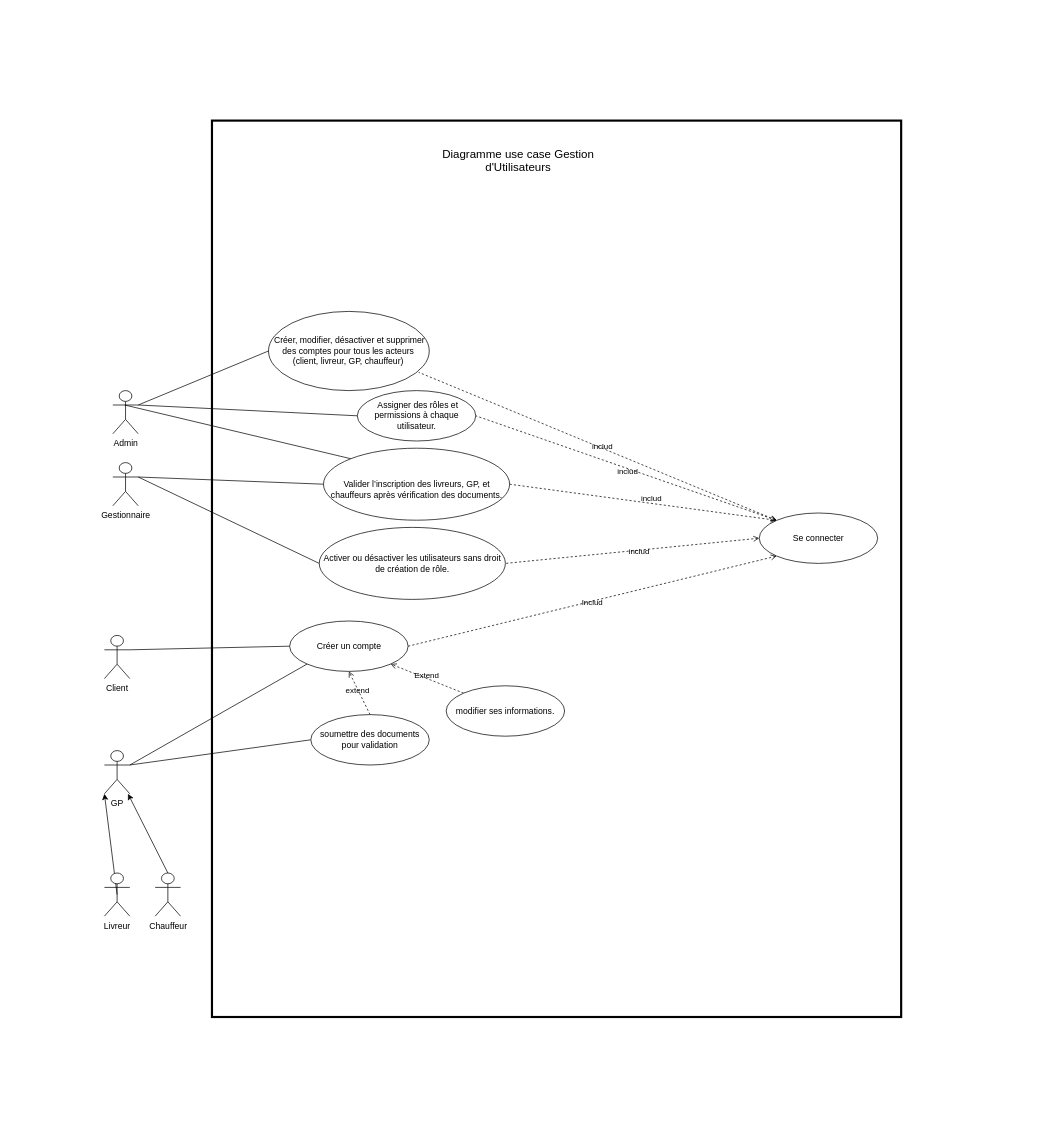
Earlier version of the draw.io diagram page "UseCase" (2 of 7) of Diagramme sans nom.drawio (BounAbdallah/tuto). Source tidied: cells renumbered, new cells numbered last; positions are measured from the earlier drawing's top-left corner, leaving out a move shared by most shapes. Both pictures are drawn from the tidied source at 72%, with x=0, y=0 at pixel (12, 12).
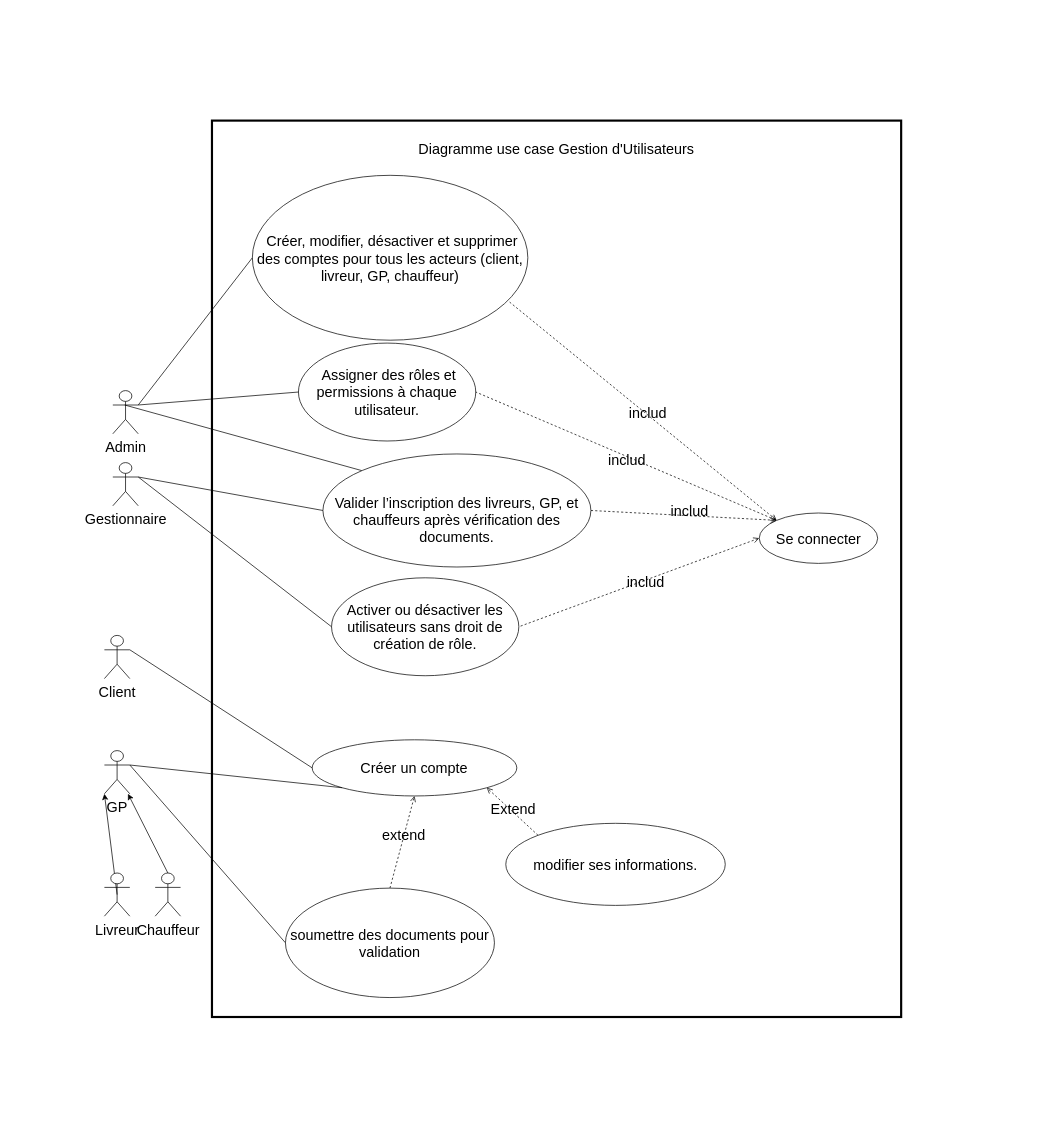
The same page after the edit.

What changed in the source:
```diff
@@
-    <mxCell id="2" style="group;" parent="1" vertex="1">
+    <mxCell id="2" style="group;fontSize=20;" parent="1" vertex="1">
       <mxGeometry width="1442" height="1543" as="geometry" />
     </mxCell>
-    <mxCell id="3" style="group;fillColor=none;strokeColor=none;rounded=0;gradientColor=none;" parent="2" vertex="1">
+    <mxCell id="3" style="group;fillColor=none;strokeColor=none;rounded=0;gradientColor=none;fontSize=20;" parent="2" vertex="1">
       <mxGeometry x="27.2" width="1268.5" height="1456" as="geometry" />
     </mxCell>
-    <mxCell id="4" style="group;fillColor=none;strokeColor=#000000;rounded=0;gradientColor=none;strokeWidth=3;" parent="2" vertex="1">
+    <mxCell id="4" style="group;fillColor=none;strokeColor=#000000;rounded=0;gradientColor=none;strokeWidth=3;fontSize=20;" parent="2" vertex="1">
       <mxGeometry x="276.9" y="150" width="957.2" height="1245" as="geometry" />
     </mxCell>
-    <mxCell id="5" value="&amp;nbsp;Créer, modifier, désactiver et supprimer des comptes pour tous les acteurs (client, livreur, GP, chauffeur)" style="ellipse;whiteSpace=wrap;html=1;" parent="2" vertex="1">
-      <mxGeometry x="355.4" y="415" width="223.3" height="110" as="geometry" />
+    <mxCell id="5" value="&amp;nbsp;Créer, modifier, désactiver et supprimer des comptes pour tous les acteurs (client, livreur, GP, chauffeur)" style="ellipse;whiteSpace=wrap;html=1;fontSize=20;" parent="2" vertex="1">
+      <mxGeometry x="333" y="226" width="382.6" height="229" as="geometry" />
     </mxCell>
-    <mxCell id="6" style="rounded=0;jettySize=auto;html=1;exitX=0;exitY=0;exitDx=0;exitDy=0;entryX=0.934;entryY=0.769;entryDx=0;entryDy=0;endArrow=none;endFill=0;dashed=1;entryPerimeter=0;startArrow=open;startFill=0;" parent="2" edge="1" source="10" target="5">
+    <mxCell id="6" style="rounded=0;jettySize=auto;html=1;exitX=0;exitY=0;exitDx=0;exitDy=0;entryX=0.934;entryY=0.769;entryDx=0;entryDy=0;endArrow=none;endFill=0;dashed=1;entryPerimeter=0;startArrow=open;startFill=0;fontSize=20;" parent="2" edge="1" source="10" target="5">
       <mxGeometry relative="1" as="geometry" />
     </mxCell>
-    <mxCell id="7" value="includ" style="edgeLabel;html=1;align=center;verticalAlign=middle;labelBackgroundColor=none;" parent="6" vertex="1">
+    <mxCell id="7" value="includ" style="edgeLabel;html=1;align=center;verticalAlign=middle;labelBackgroundColor=none;fontSize=20;" parent="6" vertex="1">
       <mxGeometry x="-0.02" y="-3" relative="1" as="geometry" />
     </mxCell>
-    <mxCell id="8" style="rounded=0;jettySize=auto;html=1;exitX=0;exitY=0.5;exitDx=0;exitDy=0;entryX=1;entryY=0.5;entryDx=0;entryDy=0;startArrow=open;startFill=0;endArrow=none;endFill=0;dashed=1;" parent="2" edge="1" source="10" target="34">
+    <mxCell id="8" style="rounded=0;jettySize=auto;html=1;exitX=0;exitY=0.5;exitDx=0;exitDy=0;entryX=1;entryY=0.5;entryDx=0;entryDy=0;startArrow=open;startFill=0;endArrow=none;endFill=0;dashed=1;fontSize=20;" parent="2" edge="1" source="10" target="34">
       <mxGeometry relative="1" as="geometry" />
     </mxCell>
-    <mxCell id="9" value="includ" style="edgeLabel;html=1;align=center;verticalAlign=middle;fillColor=none;labelBackgroundColor=none;" parent="8" vertex="1">
+    <mxCell id="9" value="includ" style="edgeLabel;html=1;align=center;verticalAlign=middle;fillColor=none;labelBackgroundColor=none;fontSize=20;" parent="8" vertex="1">
       <mxGeometry x="-0.04" y="2" relative="1" as="geometry">
         <mxPoint x="1" y="-1" as="offset" />
       </mxGeometry>
     </mxCell>
-    <mxCell id="10" value="Se connecter" style="ellipse;whiteSpace=wrap;html=1;" parent="2" vertex="1">
+    <mxCell id="10" value="Se connecter" style="ellipse;whiteSpace=wrap;html=1;fontSize=20;" parent="2" vertex="1">
       <mxGeometry x="1037" y="695" width="164.5" height="70" as="geometry" />
     </mxCell>
-    <mxCell id="11" style="rounded=0;jettySize=auto;html=1;exitX=0;exitY=0;exitDx=0;exitDy=0;endArrow=none;endFill=0;" parent="2" edge="1" source="14">
+    <mxCell id="11" style="rounded=0;jettySize=auto;html=1;exitX=0;exitY=0;exitDx=0;exitDy=0;endArrow=none;endFill=0;fontSize=20;" parent="2" edge="1" source="14">
       <mxGeometry relative="1" as="geometry">
         <mxPoint x="155.7" y="545" as="targetPoint" />
       </mxGeometry>
     </mxCell>
-    <mxCell id="12" style="rounded=0;jettySize=auto;html=1;exitX=1;exitY=0.5;exitDx=0;exitDy=0;entryX=0;entryY=0;entryDx=0;entryDy=0;startArrow=none;startFill=0;dashed=1;endArrow=open;endFill=0;" parent="2" edge="1" source="14" target="10">
+    <mxCell id="12" style="rounded=0;jettySize=auto;html=1;exitX=1;exitY=0.5;exitDx=0;exitDy=0;entryX=0;entryY=0;entryDx=0;entryDy=0;startArrow=none;startFill=0;dashed=1;endArrow=open;endFill=0;fontSize=20;" parent="2" edge="1" source="14" target="10">
       <mxGeometry relative="1" as="geometry" />
     </mxCell>
-    <mxCell id="13" value="includ" style="edgeLabel;html=1;align=center;verticalAlign=middle;labelBackgroundColor=none;" parent="12" vertex="1">
+    <mxCell id="13" value="includ" style="edgeLabel;html=1;align=center;verticalAlign=middle;labelBackgroundColor=none;fontSize=20;" parent="12" vertex="1">
       <mxGeometry x="0.06" y="7" relative="1" as="geometry">
         <mxPoint x="-1" as="offset" />
       </mxGeometry>
     </mxCell>
-    <mxCell id="14" value="&lt;div&gt;&lt;br&gt;&lt;/div&gt;&lt;div&gt;&lt;br&gt;&lt;/div&gt;&lt;div&gt;Valider l’inscription des livreurs, GP, et chauffeurs après vérification des documents.&lt;/div&gt;&lt;div&gt;&lt;br&gt;&lt;/div&gt;" style="ellipse;whiteSpace=wrap;html=1;" parent="2" vertex="1">
-      <mxGeometry x="431.8" y="605" width="258.5" height="100" as="geometry" />
+    <mxCell id="14" value="&lt;div style=&quot;font-size: 20px;&quot;&gt;&lt;br style=&quot;font-size: 20px;&quot;&gt;&lt;/div&gt;&lt;div style=&quot;font-size: 20px;&quot;&gt;&lt;br style=&quot;font-size: 20px;&quot;&gt;&lt;/div&gt;&lt;div style=&quot;font-size: 20px;&quot;&gt;Valider l’inscription des livreurs, GP, et chauffeurs après vérification des documents.&lt;/div&gt;&lt;div style=&quot;font-size: 20px;&quot;&gt;&lt;br style=&quot;font-size: 20px;&quot;&gt;&lt;/div&gt;" style="ellipse;whiteSpace=wrap;html=1;fontSize=20;" parent="2" vertex="1">
+      <mxGeometry x="431" y="613" width="372.2" height="157" as="geometry" />
     </mxCell>
-    <mxCell id="15" value="&amp;nbsp;Assigner des rôles et permissions à chaque utilisateur." style="ellipse;whiteSpace=wrap;html=1;" parent="2" vertex="1">
-      <mxGeometry x="478.8" y="525" width="164.5" height="70" as="geometry" />
+    <mxCell id="15" value="&amp;nbsp;Assigner des rôles et permissions à chaque utilisateur." style="ellipse;whiteSpace=wrap;html=1;fontSize=20;" parent="2" vertex="1">
+      <mxGeometry x="397" y="459" width="246.3" height="136" as="geometry" />
     </mxCell>
-    <mxCell id="16" style="rounded=0;jettySize=auto;html=1;exitX=1;exitY=0.5;exitDx=0;exitDy=0;entryX=0;entryY=1;entryDx=0;entryDy=0;endArrow=open;endFill=0;startArrow=none;startFill=0;dashed=1;" parent="2" edge="1" source="18" target="10">
-      <mxGeometry relative="1" as="geometry" />
-    </mxCell>
-    <mxCell id="17" value="Includ" style="edgeLabel;html=1;align=center;verticalAlign=middle;labelBackgroundColor=none;" parent="16" vertex="1">
-      <mxGeometry x="-0.01" y="-1" relative="1" as="geometry">
-        <mxPoint x="1" as="offset" />
-      </mxGeometry>
-    </mxCell>
-    <mxCell id="18" value="Créer un compte" style="ellipse;whiteSpace=wrap;html=1;" parent="2" vertex="1">
-      <mxGeometry x="384.8" y="845" width="164.5" height="70" as="geometry" />
+    <mxCell id="18" value="Créer un compte" style="ellipse;whiteSpace=wrap;html=1;fontSize=20;" parent="2" vertex="1">
+      <mxGeometry x="416.1" y="1010" width="284.2" height="78" as="geometry" />
     </mxCell>
-    <mxCell id="19" style="rounded=0;jettySize=auto;html=1;exitX=1;exitY=0.3333333333333333;exitDx=0;exitDy=0;exitPerimeter=0;entryX=0;entryY=0.5;entryDx=0;entryDy=0;endArrow=none;endFill=0;" parent="2" edge="1" source="20" target="5">
+    <mxCell id="19" style="rounded=0;jettySize=auto;html=1;exitX=1;exitY=0.3333333333333333;exitDx=0;exitDy=0;exitPerimeter=0;entryX=0;entryY=0.5;entryDx=0;entryDy=0;endArrow=none;endFill=0;fontSize=20;" parent="2" edge="1" source="20" target="5">
       <mxGeometry relative="1" as="geometry" />
     </mxCell>
-    <mxCell id="20" value="Admin" style="shape=umlActor;html=1;verticalLabelPosition=bottom;verticalAlign=top;align=center;" parent="2" vertex="1">
+    <mxCell id="20" value="Admin" style="shape=umlActor;html=1;verticalLabelPosition=bottom;verticalAlign=top;align=center;fontSize=20;" parent="2" vertex="1">
       <mxGeometry x="139.2" y="525" width="35.3" height="60" as="geometry" />
     </mxCell>
-    <mxCell id="21" style="rounded=0;jettySize=auto;html=1;exitX=0;exitY=0;exitDx=0;exitDy=0;entryX=1;entryY=0.5;entryDx=0;entryDy=0;endArrow=none;endFill=0;dashed=1;startArrow=open;startFill=0;" parent="2" edge="1" source="10" target="15">
+    <mxCell id="21" style="rounded=0;jettySize=auto;html=1;exitX=0;exitY=0;exitDx=0;exitDy=0;entryX=1;entryY=0.5;entryDx=0;entryDy=0;endArrow=none;endFill=0;dashed=1;startArrow=open;startFill=0;fontSize=20;" parent="2" edge="1" source="10" target="15">
       <mxGeometry relative="1" as="geometry" />
     </mxCell>
-    <mxCell id="22" value="includ" style="edgeLabel;html=1;align=center;verticalAlign=middle;labelBackgroundColor=none;" parent="21" vertex="1">
+    <mxCell id="22" value="includ" style="edgeLabel;html=1;align=center;verticalAlign=middle;labelBackgroundColor=none;fontSize=20;" parent="21" vertex="1">
       <mxGeometry x="-0.01" y="4" relative="1" as="geometry" />
     </mxCell>
-    <mxCell id="23" value="&lt;font style=&quot;font-size: 16px;&quot;&gt;Diagramme use case&amp;nbsp;&lt;/font&gt;&lt;span style=&quot;background-color: initial; font-size: 16px;&quot;&gt;Gestion d'Utilisateurs&lt;/span&gt;&lt;div&gt;&lt;br&gt;&lt;/div&gt;" style="text;html=1;align=center;verticalAlign=middle;whiteSpace=wrap;rounded=0;" parent="2" vertex="1">
-      <mxGeometry x="585.2" y="198" width="235" height="30" as="geometry" />
+    <mxCell id="23" value="&lt;font style=&quot;font-size: 20px;&quot;&gt;Diagramme use case&amp;nbsp;&lt;/font&gt;&lt;span style=&quot;background-color: initial; font-size: 20px;&quot;&gt;Gestion d'Utilisateurs&lt;/span&gt;&lt;div style=&quot;font-size: 20px;&quot;&gt;&lt;br style=&quot;font-size: 20px;&quot;&gt;&lt;/div&gt;" style="text;html=1;align=center;verticalAlign=middle;whiteSpace=wrap;rounded=0;fontSize=20;" parent="2" vertex="1">
+      <mxGeometry x="539.1" y="186" width="432.8" height="30" as="geometry" />
     </mxCell>
-    <mxCell id="24" style="rounded=0;jettySize=auto;html=1;exitX=1;exitY=0.3333333333333333;exitDx=0;exitDy=0;exitPerimeter=0;entryX=0;entryY=0.5;entryDx=0;entryDy=0;endArrow=none;endFill=0;" parent="2" edge="1" source="25" target="14">
+    <mxCell id="24" style="rounded=0;jettySize=auto;html=1;exitX=1;exitY=0.3333333333333333;exitDx=0;exitDy=0;exitPerimeter=0;entryX=0;entryY=0.5;entryDx=0;entryDy=0;endArrow=none;endFill=0;fontSize=20;" parent="2" edge="1" source="25" target="14">
       <mxGeometry relative="1" as="geometry" />
     </mxCell>
-    <mxCell id="25" value="Gestionnaire" style="shape=umlActor;html=1;verticalLabelPosition=bottom;verticalAlign=top;align=center;" parent="2" vertex="1">
+    <mxCell id="25" value="Gestionnaire" style="shape=umlActor;html=1;verticalLabelPosition=bottom;verticalAlign=top;align=center;fontSize=20;" parent="2" vertex="1">
       <mxGeometry x="139.2" y="625" width="35.3" height="60" as="geometry" />
     </mxCell>
-    <mxCell id="26" style="rounded=0;jettySize=auto;html=1;exitX=1;exitY=0.3333333333333333;exitDx=0;exitDy=0;exitPerimeter=0;entryX=0;entryY=0.5;entryDx=0;entryDy=0;endArrow=none;endFill=0;" parent="2" edge="1" source="27" target="18">
+    <mxCell id="26" style="rounded=0;jettySize=auto;html=1;exitX=1;exitY=0.3333333333333333;exitDx=0;exitDy=0;exitPerimeter=0;entryX=0;entryY=0.5;entryDx=0;entryDy=0;endArrow=none;endFill=0;fontSize=20;" parent="2" edge="1" source="27" target="18">
       <mxGeometry relative="1" as="geometry" />
     </mxCell>
-    <mxCell id="27" value="Client" style="shape=umlActor;html=1;verticalLabelPosition=bottom;verticalAlign=top;align=center;" parent="2" vertex="1">
+    <mxCell id="27" value="Client" style="shape=umlActor;html=1;verticalLabelPosition=bottom;verticalAlign=top;align=center;fontSize=20;" parent="2" vertex="1">
       <mxGeometry x="127.5" y="865" width="35.3" height="60" as="geometry" />
     </mxCell>
-    <mxCell id="28" style="rounded=0;jettySize=auto;html=1;exitX=1;exitY=0.3333333333333333;exitDx=0;exitDy=0;exitPerimeter=0;entryX=0;entryY=1;entryDx=0;entryDy=0;endArrow=none;endFill=0;" parent="2" edge="1" source="30" target="18">
+    <mxCell id="28" style="rounded=0;jettySize=auto;html=1;exitX=1;exitY=0.3333333333333333;exitDx=0;exitDy=0;exitPerimeter=0;entryX=0;entryY=1;entryDx=0;entryDy=0;endArrow=none;endFill=0;fontSize=20;" parent="2" edge="1" source="30" target="18">
       <mxGeometry relative="1" as="geometry" />
     </mxCell>
-    <mxCell id="29" style="rounded=0;jettySize=auto;html=1;exitX=1;exitY=0.3333333333333333;exitDx=0;exitDy=0;exitPerimeter=0;entryX=0;entryY=0.5;entryDx=0;entryDy=0;endArrow=none;endFill=0;" parent="2" edge="1" source="30" target="41">
+    <mxCell id="29" style="rounded=0;jettySize=auto;html=1;exitX=1;exitY=0.3333333333333333;exitDx=0;exitDy=0;exitPerimeter=0;entryX=0;entryY=0.5;entryDx=0;entryDy=0;endArrow=none;endFill=0;fontSize=20;" parent="2" edge="1" source="30" target="41">
       <mxGeometry relative="1" as="geometry" />
     </mxCell>
-    <mxCell id="30" value="GP" style="shape=umlActor;html=1;verticalLabelPosition=bottom;verticalAlign=top;align=center;" parent="2" vertex="1">
+    <mxCell id="30" value="GP" style="shape=umlActor;html=1;verticalLabelPosition=bottom;verticalAlign=top;align=center;fontSize=20;" parent="2" vertex="1">
       <mxGeometry x="127.5" y="1025" width="35.3" height="60" as="geometry" />
     </mxCell>
-    <mxCell id="31" style="rounded=0;jettySize=auto;html=1;exitX=0.5;exitY=0.5;exitDx=0;exitDy=0;exitPerimeter=0;entryX=0;entryY=1;entryDx=0;entryDy=0;entryPerimeter=0;" parent="2" edge="1" source="32" target="30">
+    <mxCell id="31" style="rounded=0;jettySize=auto;html=1;exitX=0.5;exitY=0.5;exitDx=0;exitDy=0;exitPerimeter=0;entryX=0;entryY=1;entryDx=0;entryDy=0;entryPerimeter=0;fontSize=20;" parent="2" edge="1" source="32" target="30">
       <mxGeometry relative="1" as="geometry" />
     </mxCell>
-    <mxCell id="32" value="Livreur" style="shape=umlActor;html=1;verticalLabelPosition=bottom;verticalAlign=top;align=center;" parent="2" vertex="1">
+    <mxCell id="32" value="Livreur" style="shape=umlActor;html=1;verticalLabelPosition=bottom;verticalAlign=top;align=center;fontSize=20;" parent="2" vertex="1">
       <mxGeometry x="127.5" y="1195" width="35.3" height="60" as="geometry" />
     </mxCell>
-    <mxCell id="33" style="rounded=0;jettySize=auto;html=1;exitX=0;exitY=0.5;exitDx=0;exitDy=0;entryX=1;entryY=0.3333333333333333;entryDx=0;entryDy=0;entryPerimeter=0;endArrow=none;endFill=0;" parent="2" edge="1" source="15" target="20">
+    <mxCell id="33" style="rounded=0;jettySize=auto;html=1;exitX=0;exitY=0.5;exitDx=0;exitDy=0;entryX=1;entryY=0.3333333333333333;entryDx=0;entryDy=0;entryPerimeter=0;endArrow=none;endFill=0;fontSize=20;" parent="2" edge="1" source="15" target="20">
       <mxGeometry relative="1" as="geometry" />
     </mxCell>
-    <mxCell id="34" value="&lt;div&gt;&lt;span style=&quot;background-color: initial;&quot;&gt;Activer ou désactiver les utilisateurs sans droit de création de rôle.&lt;/span&gt;&lt;br&gt;&lt;/div&gt;" style="ellipse;whiteSpace=wrap;html=1;" parent="2" vertex="1">
-      <mxGeometry x="425.9" y="715" width="258.5" height="100" as="geometry" />
+    <mxCell id="34" value="&lt;div style=&quot;font-size: 20px;&quot;&gt;&lt;span style=&quot;background-color: initial; font-size: 20px;&quot;&gt;Activer ou désactiver les utilisateurs sans droit de création de rôle.&lt;/span&gt;&lt;br style=&quot;font-size: 20px;&quot;&gt;&lt;/div&gt;" style="ellipse;whiteSpace=wrap;html=1;fontSize=20;" parent="2" vertex="1">
+      <mxGeometry x="443" y="785" width="260.1" height="136" as="geometry" />
     </mxCell>
-    <mxCell id="35" style="rounded=0;jettySize=auto;html=1;exitX=0;exitY=0.5;exitDx=0;exitDy=0;entryX=1;entryY=0.3333333333333333;entryDx=0;entryDy=0;entryPerimeter=0;endArrow=none;endFill=0;" parent="2" edge="1" source="34" target="25">
+    <mxCell id="35" style="rounded=0;jettySize=auto;html=1;exitX=0;exitY=0.5;exitDx=0;exitDy=0;entryX=1;entryY=0.3333333333333333;entryDx=0;entryDy=0;entryPerimeter=0;endArrow=none;endFill=0;fontSize=20;" parent="2" edge="1" source="34" target="25">
       <mxGeometry relative="1" as="geometry" />
     </mxCell>
-    <mxCell id="36" style="rounded=0;jettySize=auto;html=1;exitX=0;exitY=0;exitDx=0;exitDy=0;entryX=1;entryY=1;entryDx=0;entryDy=0;startArrow=none;startFill=0;dashed=1;endArrow=open;endFill=0;" parent="2" edge="1" source="38" target="18">
+    <mxCell id="36" style="rounded=0;jettySize=auto;html=1;exitX=0;exitY=0;exitDx=0;exitDy=0;entryX=1;entryY=1;entryDx=0;entryDy=0;startArrow=none;startFill=0;dashed=1;endArrow=open;endFill=0;fontSize=20;" parent="2" edge="1" source="38" target="18">
       <mxGeometry relative="1" as="geometry" />
     </mxCell>
-    <mxCell id="37" value="Extend" style="edgeLabel;html=1;align=center;verticalAlign=middle;labelBackgroundColor=none;" parent="36" vertex="1">
+    <mxCell id="37" value="Extend" style="edgeLabel;html=1;align=center;verticalAlign=middle;labelBackgroundColor=none;fontSize=20;" parent="36" vertex="1">
       <mxGeometry x="0.09" y="-4" relative="1" as="geometry">
         <mxPoint x="1" y="1" as="offset" />
       </mxGeometry>
     </mxCell>
-    <mxCell id="38" value="modifier ses informations." style="ellipse;whiteSpace=wrap;html=1;" parent="2" vertex="1">
-      <mxGeometry x="602.2" y="935" width="164.5" height="70" as="geometry" />
+    <mxCell id="38" value="modifier ses informations." style="ellipse;whiteSpace=wrap;html=1;fontSize=20;" parent="2" vertex="1">
+      <mxGeometry x="685" y="1126" width="304.8" height="114" as="geometry" />
     </mxCell>
-    <mxCell id="39" style="rounded=0;jettySize=auto;html=1;exitX=0.5;exitY=0;exitDx=0;exitDy=0;entryX=0.5;entryY=1;entryDx=0;entryDy=0;endArrow=open;endFill=0;dashed=1;" parent="2" edge="1" source="41" target="18">
+    <mxCell id="39" style="rounded=0;jettySize=auto;html=1;exitX=0.5;exitY=0;exitDx=0;exitDy=0;entryX=0.5;entryY=1;entryDx=0;entryDy=0;endArrow=open;endFill=0;dashed=1;fontSize=20;" parent="2" edge="1" source="41" target="18">
       <mxGeometry relative="1" as="geometry" />
     </mxCell>
-    <mxCell id="40" value="extend" style="edgeLabel;html=1;align=center;verticalAlign=middle;labelBackgroundColor=none;" parent="39" vertex="1">
+    <mxCell id="40" value="extend" style="edgeLabel;html=1;align=center;verticalAlign=middle;labelBackgroundColor=none;fontSize=20;" parent="39" vertex="1">
       <mxGeometry x="0.14" y="1" relative="1" as="geometry">
         <mxPoint y="-1" as="offset" />
       </mxGeometry>
     </mxCell>
-    <mxCell id="41" value="soumettre des documents pour validation" style="ellipse;whiteSpace=wrap;html=1;" parent="2" vertex="1">
-      <mxGeometry x="414.2" y="975" width="164.5" height="70" as="geometry" />
+    <mxCell id="41" value="soumettre des documents pour validation" style="ellipse;whiteSpace=wrap;html=1;fontSize=20;" parent="2" vertex="1">
+      <mxGeometry x="379" y="1216" width="290.2" height="152" as="geometry" />
     </mxCell>
-    <mxCell id="42" style="rounded=0;jettySize=auto;html=1;exitX=0.5;exitY=0;exitDx=0;exitDy=0;exitPerimeter=0;" parent="2" edge="1" source="43" target="30">
+    <mxCell id="42" style="rounded=0;jettySize=auto;html=1;exitX=0.5;exitY=0;exitDx=0;exitDy=0;exitPerimeter=0;fontSize=20;" parent="2" edge="1" source="43" target="30">
       <mxGeometry relative="1" as="geometry" />
     </mxCell>
-    <mxCell id="43" value="Chauffeur" style="shape=umlActor;html=1;verticalLabelPosition=bottom;verticalAlign=top;align=center;" parent="2" vertex="1">
+    <mxCell id="43" value="Chauffeur" style="shape=umlActor;html=1;verticalLabelPosition=bottom;verticalAlign=top;align=center;fontSize=20;" parent="2" vertex="1">
       <mxGeometry x="198" y="1195" width="35.3" height="60" as="geometry" />
     </mxCell>
-    <mxCell id="44" style="group;fillColor=none;strokeColor=none;" parent="2" vertex="1">
+    <mxCell id="44" style="group;fillColor=none;strokeColor=none;fontSize=20;" parent="2" vertex="1">
       <mxGeometry y="90" width="1442" height="1453" as="geometry" />
     </mxCell>
```
